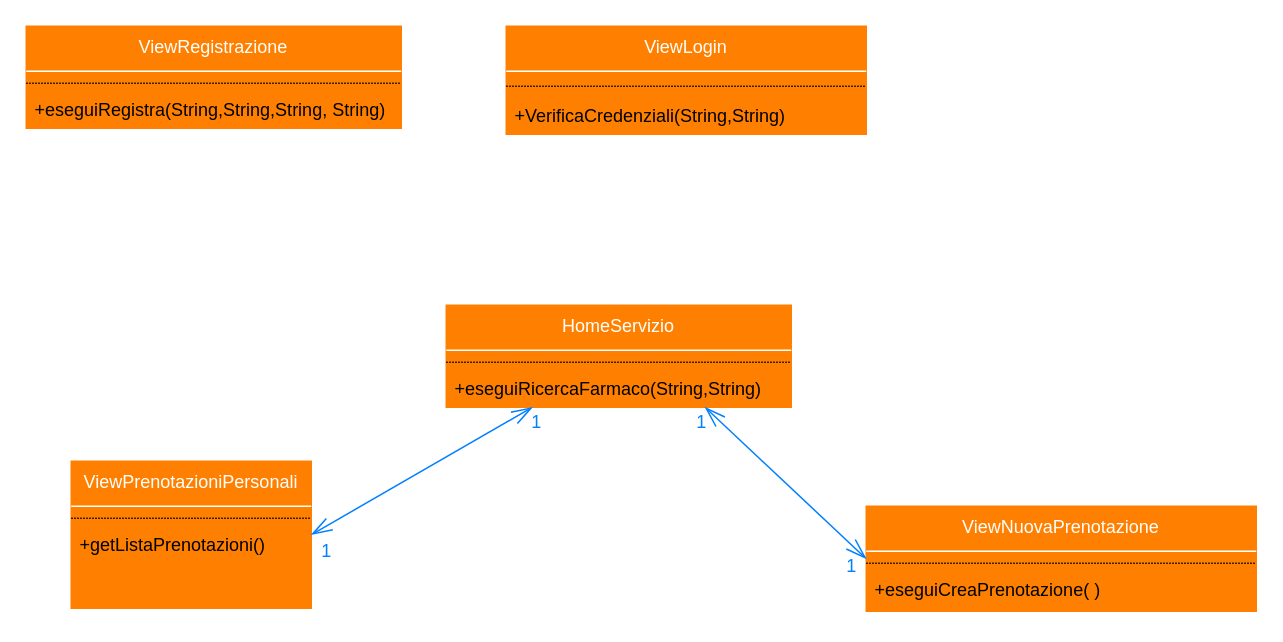
Before: page "ViewCliente" (2 of 3) of drawio/Progettazione/DettaglioCliente.drawio in lnwor/farmabyte-doc, a draw.io diagram. Source tidied: cells renumbered, new cells numbered last; positions are measured from the earlier drawing's top-left corner, leaving out a move shared by most shapes. Both pictures are drawn from the tidied source at 150%, with x=0, y=0 at pixel (26, 26).
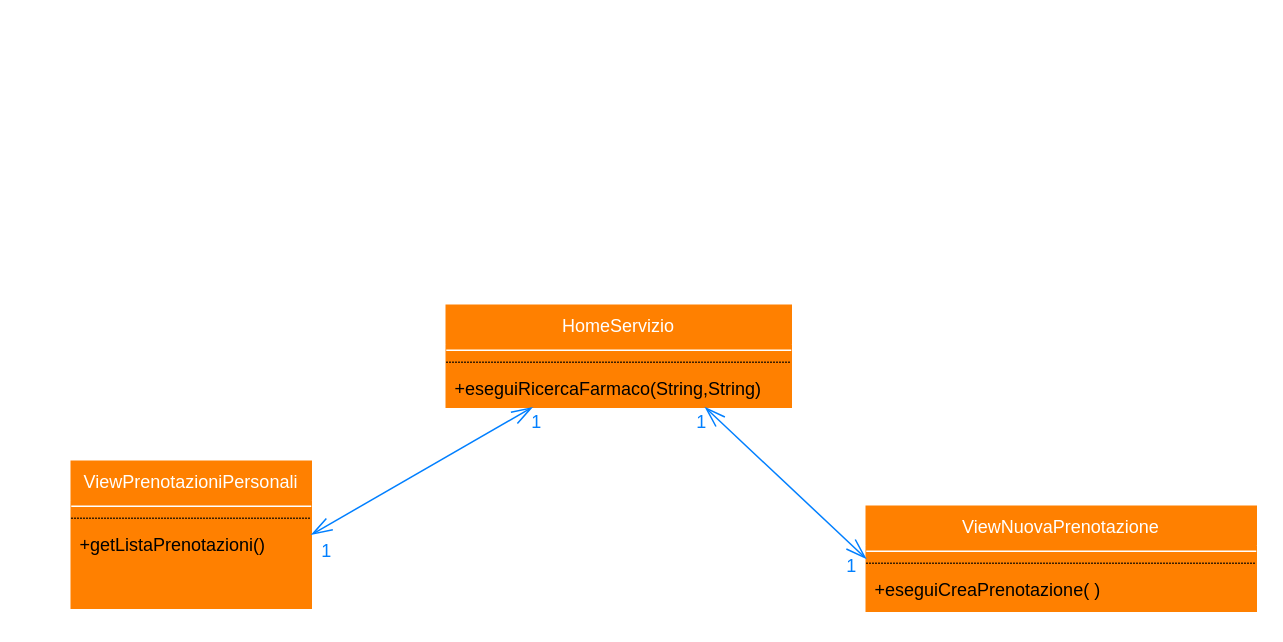
The same diagram, later.

Diff of the diagram source:
```diff
@@
-    <mxCell id="2" value="ViewLogin" style="swimlane;fontStyle=0;align=center;verticalAlign=top;horizontal=1;startSize=26;rounded=0;shadow=0;strokeWidth=1;fontColor=#ffffff;swimlaneFillColor=#FF8000;strokeColor=#FF8000;fillColor=#FF8000;" parent="1" vertex="1">
-      <mxGeometry x="320" width="240" height="72" as="geometry" />
-    </mxCell>
-    <mxCell id="3" style="line;html=1;strokeWidth=1;align=left;verticalAlign=middle;spacingTop=-1;spacingLeft=3;spacingRight=3;labelPosition=right;strokeColor=#FFFFFF;" parent="2" vertex="1">
-      <mxGeometry y="26" width="240" height="8" as="geometry" />
-    </mxCell>
-    <mxCell id="4" style="line;html=1;strokeWidth=1;align=left;verticalAlign=middle;spacingTop=-1;spacingLeft=3;spacingRight=3;labelPosition=right;dashed=1;dashPattern=1 1;" parent="2" vertex="1">
-      <mxGeometry y="34" width="240" height="12" as="geometry" />
-    </mxCell>
-    <mxCell id="5" value="+VerificaCredenziali(String,String)" style="text;align=left;verticalAlign=top;spacingLeft=4;spacingRight=4;overflow=hidden;" parent="2" vertex="1">
-      <mxGeometry y="46" width="240" height="26" as="geometry" />
-    </mxCell>
-    <mxCell id="6" value="ViewRegistrazione" style="swimlane;fontStyle=0;align=center;verticalAlign=top;horizontal=1;startSize=26;rounded=0;shadow=0;strokeWidth=1;fontColor=#ffffff;swimlaneFillColor=#FF8000;strokeColor=#FF8000;fillColor=#FF8000;" parent="1" vertex="1">
-      <mxGeometry width="250" height="68" as="geometry" />
-    </mxCell>
-    <mxCell id="7" style="line;html=1;strokeWidth=1;align=left;verticalAlign=middle;spacingTop=-1;spacingLeft=3;spacingRight=3;labelPosition=right;strokeColor=#FFFFFF;" parent="6" vertex="1">
-      <mxGeometry y="26" width="250" height="8" as="geometry" />
-    </mxCell>
-    <mxCell id="8" style="line;html=1;strokeWidth=1;align=left;verticalAlign=middle;spacingTop=-1;spacingLeft=3;spacingRight=3;labelPosition=right;dashed=1;dashPattern=1 1;" parent="6" vertex="1">
-      <mxGeometry y="34" width="250" height="8" as="geometry" />
-    </mxCell>
-    <mxCell id="9" value="+eseguiRegistra(String,String,String, String)" style="text;align=left;verticalAlign=top;spacingLeft=4;spacingRight=4;overflow=hidden;" parent="6" vertex="1">
-      <mxGeometry y="42" width="250" height="26" as="geometry" />
-    </mxCell>
```
